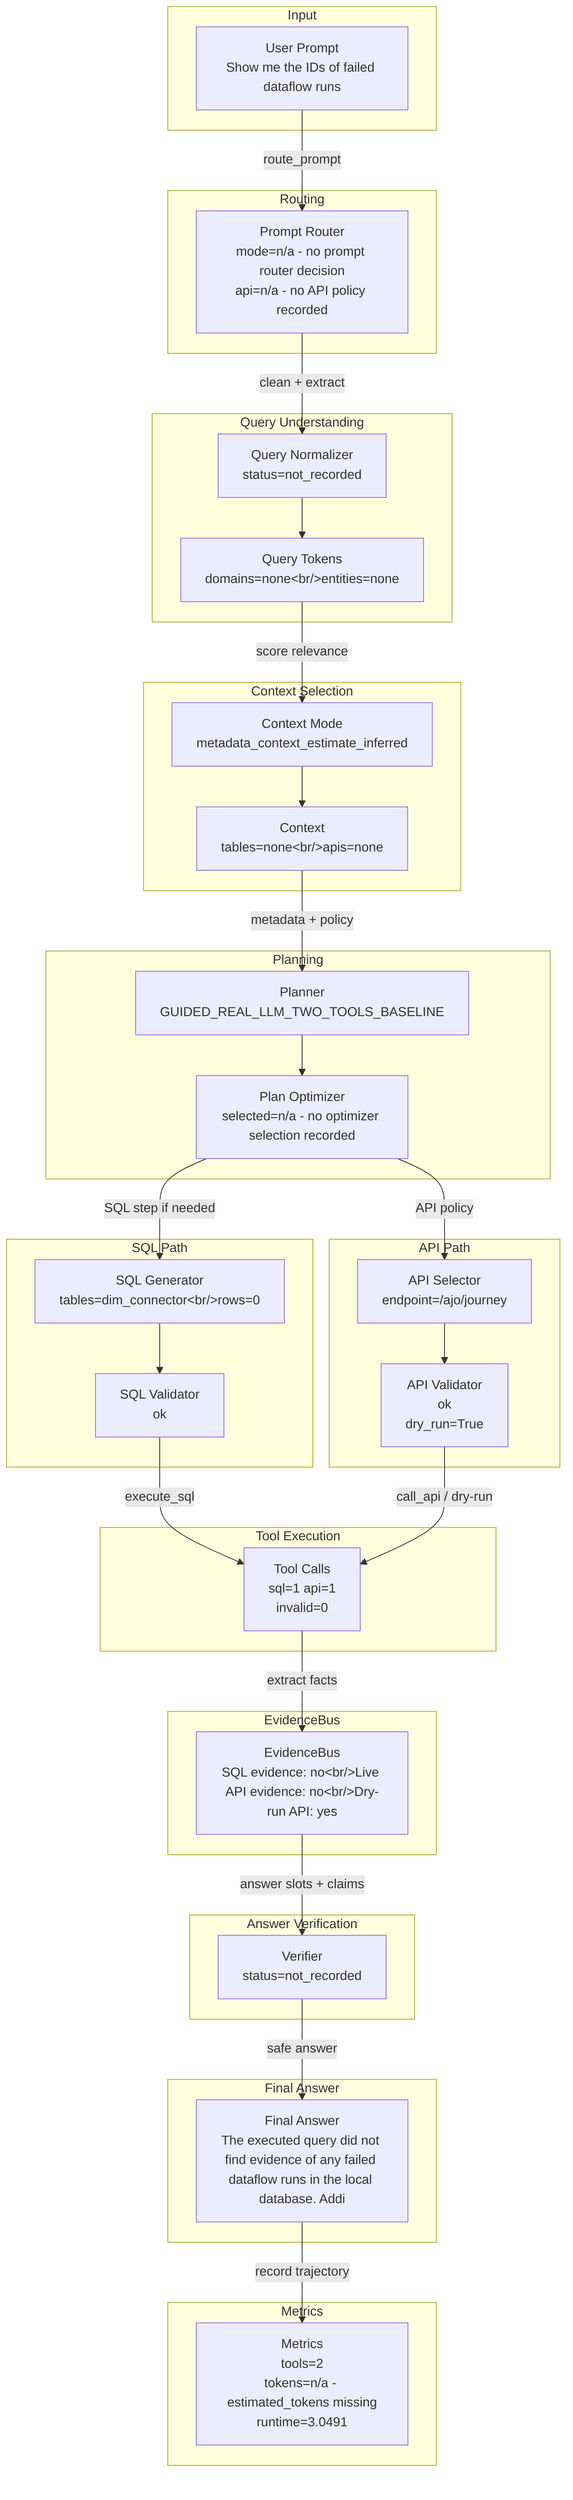
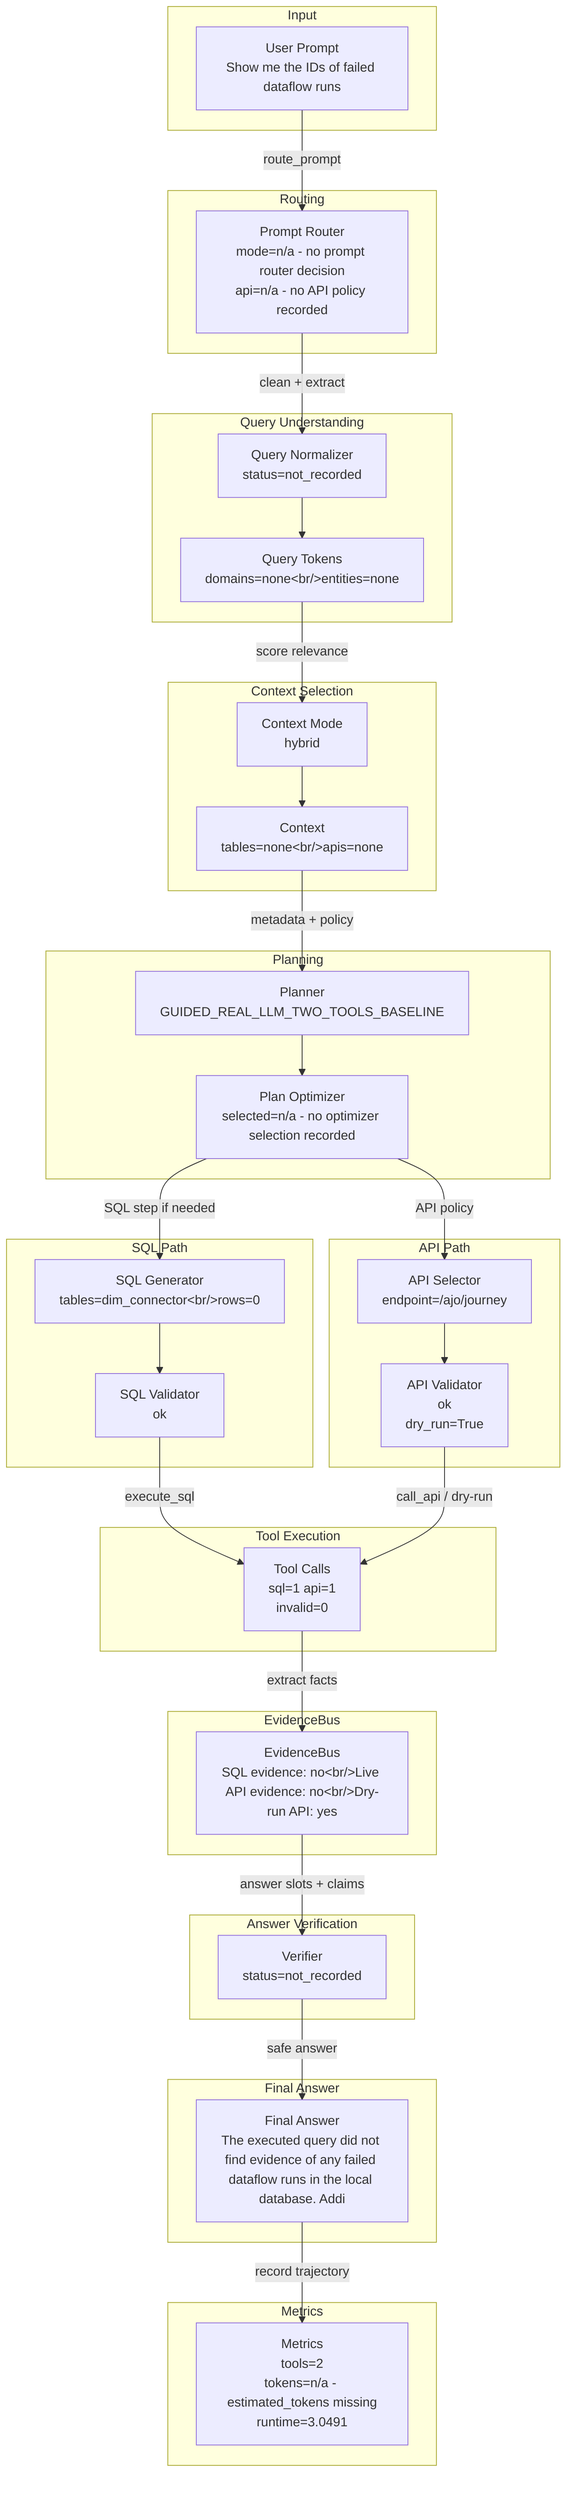
flowchart TD
  subgraph Input
    input_prompt["User Prompt<br/>Show me the IDs of failed dataflow runs"]
  end
  subgraph Routing
    router["Prompt Router<br/>mode=n/a - no prompt router decision<br/>api=n/a - no API policy recorded"]
    input_prompt -->|route_prompt| router
  end
  subgraph QueryUnderstanding["Query Understanding"]
    normalizer["Query Normalizer<br/>status=not_recorded"]
    tokens["Query Tokens<br/>domains=none&lt;br/&gt;entities=none"]
    router -->|clean + extract| normalizer --> tokens
  end
  subgraph ContextSelection["Context Selection"]
-     context["Context Mode<br/>metadata_context_estimate_inferred"]
+     context["Context Mode<br/>hybrid"]
    candidates["Context<br/>tables=none&lt;br/&gt;apis=none"]
    tokens -->|score relevance| context --> candidates
  end
  subgraph Planning
    planner["Planner<br/>GUIDED_REAL_LLM_TWO_TOOLS_BASELINE"]
    optimizer["Plan Optimizer<br/>selected=n/a - no optimizer selection recorded"]
    candidates -->|metadata + policy| planner --> optimizer
  end
  subgraph SQLPath["SQL Path"]
    sqlgen["SQL Generator<br/>tables=dim_connector&lt;br/&gt;rows=0"]
    sqlval["SQL Validator<br/>ok"]
    optimizer -->|SQL step if needed| sqlgen --> sqlval
  end
  subgraph APIPath["API Path"]
    apisel["API Selector<br/>endpoint=/ajo/journey"]
    apival["API Validator<br/>ok<br/>dry_run=True"]
    optimizer -->|API policy| apisel --> apival
  end
  subgraph ToolExecution["Tool Execution"]
    tools["Tool Calls<br/>sql=1 api=1<br/>invalid=0"]
    sqlval -->|execute_sql| tools
    apival -->|call_api / dry-run| tools
  end
  subgraph EvidenceBus
    evidence["EvidenceBus<br/>SQL evidence: no&lt;br/&gt;Live API evidence: no&lt;br/&gt;Dry-run API: yes"]
    tools -->|extract facts| evidence
  end
  subgraph AnswerVerification["Answer Verification"]
    verifier["Verifier<br/>status=not_recorded"]
    evidence -->|answer slots + claims| verifier
  end
  subgraph FinalAnswer["Final Answer"]
    answer["Final Answer<br/>The executed query did not find evidence of any failed dataflow runs in the local database. Addi"]
    verifier -->|safe answer| answer
  end
  subgraph Metrics
    metrics["Metrics<br/>tools=2<br/>tokens=n/a - estimated_tokens missing<br/>runtime=3.0491"]
    answer -->|record trajectory| metrics
  end
